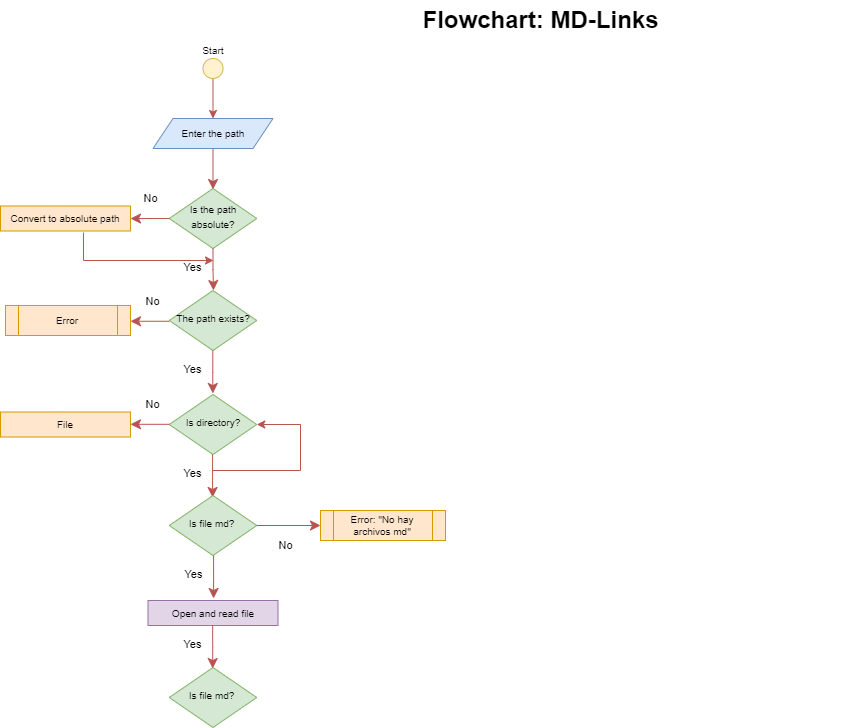
Above: Diagrama_flujo_md-Links.drawio.png in arelia10/LIM017-md-links (draw.io), before the change. Source tidied: cells renumbered, new cells last; positions are measured from the earlier drawing's top-left corner, leaving out a move shared by most shapes.
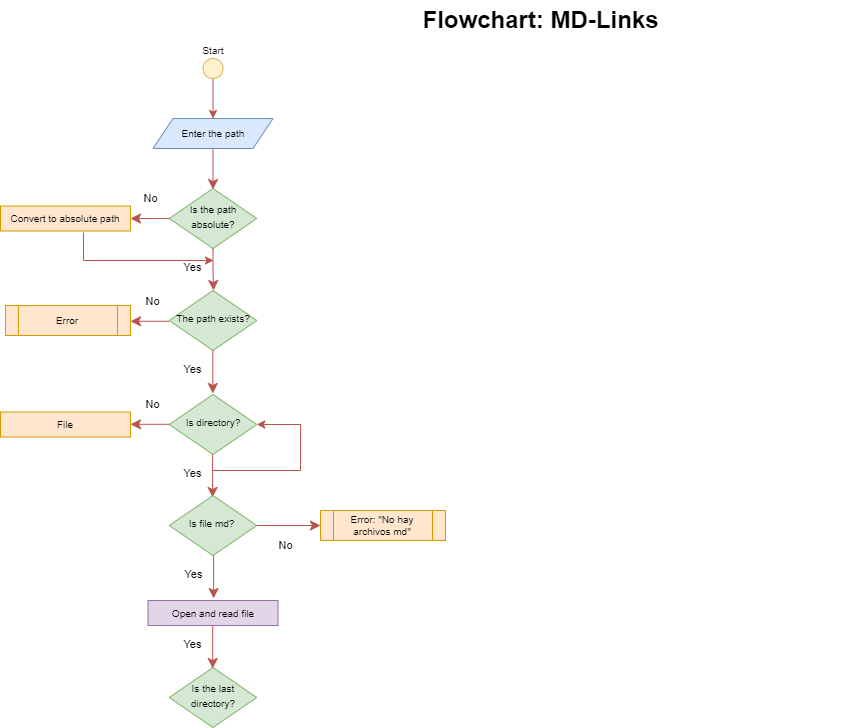
The same diagram one commit later.

The edit, as a diff of the source:
```diff
@@ -122,7 +122,7 @@
     <mxCell id="26" value="&lt;font style=&quot;font-size: 10px;&quot;&gt;Open and read file&lt;/font&gt;" style="rounded=0;whiteSpace=wrap;html=1;fillColor=#e1d5e7;strokeColor=#9673a6;" parent="1" vertex="1">
       <mxGeometry x="147.5" y="600" width="130" height="25" as="geometry" />
     </mxCell>
-    <mxCell id="27" value="&lt;font style=&quot;font-size: 10px;&quot;&gt;Is file md?&amp;nbsp;&lt;/font&gt;" style="rhombus;whiteSpace=wrap;html=1;shadow=0;fontFamily=Helvetica;fontSize=12;align=center;strokeWidth=1;spacing=6;spacingTop=-4;fillColor=#d5e8d4;strokeColor=#82b366;" parent="1" vertex="1">
+    <mxCell id="27" value="&lt;font style=&quot;font-size: 10px;&quot;&gt;Is the last directory?&lt;/font&gt;" style="rhombus;whiteSpace=wrap;html=1;shadow=0;fontFamily=Helvetica;fontSize=12;align=center;strokeWidth=1;spacing=6;spacingTop=-4;fillColor=#d5e8d4;strokeColor=#82b366;" parent="1" vertex="1">
       <mxGeometry x="168.8" y="667" width="87.5" height="60" as="geometry" />
     </mxCell>
     <mxCell id="28" value="Yes" style="edgeStyle=orthogonalEdgeStyle;rounded=0;html=1;jettySize=auto;orthogonalLoop=1;fontSize=11;endArrow=classic;endFill=1;endSize=8;strokeWidth=1;shadow=0;labelBackgroundColor=none;fillColor=#f8cecc;strokeColor=#b85450;" parent="1" edge="1">
```
